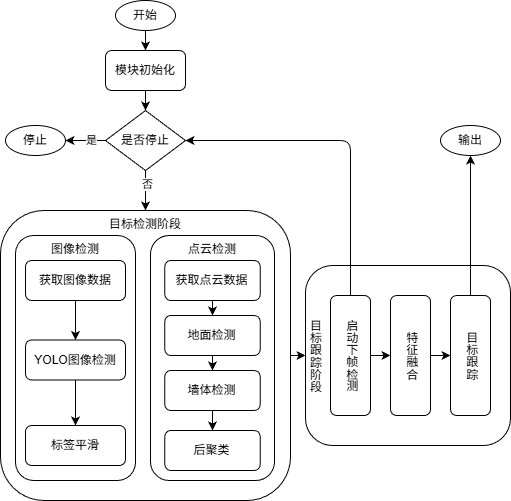
Above: docs/flowcharts/frame.png in vesita/perple (draw.io), before the change. Source tidied: cells renumbered, new cells last; positions are measured from the earlier drawing's top-left corner, leaving out a move shared by most shapes.
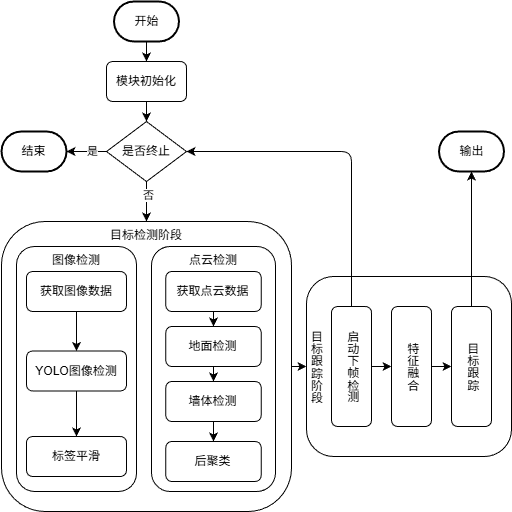
After the commit.

What changed in the source:
```diff
@@ -2,12 +2,9 @@
   <root>
     <mxCell id="0" />
     <mxCell id="1" parent="0" />
-    <mxCell id="2" style="edgeStyle=none;html=1;exitX=0.5;exitY=1;exitDx=0;exitDy=0;entryX=0.5;entryY=0;entryDx=0;entryDy=0;" parent="1" edge="1" source="3" target="5">
+    <mxCell id="2" style="edgeStyle=none;html=1;exitX=0.5;exitY=1;exitDx=0;exitDy=0;entryX=0.5;entryY=0;entryDx=0;entryDy=0;exitPerimeter=0;" parent="1" edge="1" source="3" target="5">
       <mxGeometry relative="1" as="geometry" />
     </mxCell>
-    <mxCell id="3" value="开始" style="ellipse;whiteSpace=wrap;html=1;" parent="1" vertex="1">
-      <mxGeometry x="115" width="60" height="30" as="geometry" />
-    </mxCell>
     <mxCell id="4" style="edgeStyle=none;html=1;exitX=0.5;exitY=1;exitDx=0;exitDy=0;entryX=0.5;entryY=0;entryDx=0;entryDy=0;" parent="1" edge="1" source="5" target="10">
       <mxGeometry relative="1" as="geometry" />
     </mxCell>
@@ -20,21 +17,15 @@
     <mxCell id="7" value="否" style="edgeLabel;html=1;align=center;verticalAlign=middle;" parent="6" vertex="1">
       <mxGeometry x="-0.35" y="1" relative="1" as="geometry" />
     </mxCell>
-    <mxCell id="8" style="edgeStyle=none;html=1;exitX=0;exitY=0.5;exitDx=0;exitDy=0;entryX=1;entryY=0.5;entryDx=0;entryDy=0;" parent="1" edge="1" source="10" target="12">
+    <mxCell id="8" style="edgeStyle=none;html=1;exitX=0;exitY=0.5;exitDx=0;exitDy=0;entryX=1;entryY=0.5;entryDx=0;entryDy=0;entryPerimeter=0;" parent="1" edge="1" source="10" target="41">
       <mxGeometry relative="1" as="geometry" />
     </mxCell>
     <mxCell id="9" value="是" style="edgeLabel;html=1;align=center;verticalAlign=middle;" parent="8" vertex="1">
       <mxGeometry x="-0.24" y="-1" relative="1" as="geometry" />
     </mxCell>
-    <mxCell id="10" value="是否停止" style="rhombus;whiteSpace=wrap;html=1;" parent="1" vertex="1">
+    <mxCell id="10" value="是否终止" style="rhombus;whiteSpace=wrap;html=1;" parent="1" vertex="1">
       <mxGeometry x="105" y="110" width="80" height="60" as="geometry" />
     </mxCell>
-    <mxCell id="11" value="输出" style="ellipse;whiteSpace=wrap;html=1;" parent="1" vertex="1">
-      <mxGeometry x="440" y="125" width="60" height="30" as="geometry" />
-    </mxCell>
-    <mxCell id="12" value="停止" style="ellipse;whiteSpace=wrap;html=1;" parent="1" vertex="1">
-      <mxGeometry x="5" y="125" width="60" height="30" as="geometry" />
-    </mxCell>
     <mxCell id="13" style="edgeStyle=none;html=1;exitX=1;exitY=0.5;exitDx=0;exitDy=0;entryX=0;entryY=0.5;entryDx=0;entryDy=0;" parent="1" edge="1" source="15" target="33">
       <mxGeometry relative="1" as="geometry" />
     </mxCell>
@@ -120,8 +111,17 @@
         </Array>
       </mxGeometry>
     </mxCell>
-    <mxCell id="40" style="edgeStyle=none;html=1;exitX=0.5;exitY=0;exitDx=0;exitDy=0;entryX=0.5;entryY=1;entryDx=0;entryDy=0;" parent="1" edge="1" source="36" target="11">
+    <mxCell id="40" style="edgeStyle=none;html=1;exitX=0.5;exitY=0;exitDx=0;exitDy=0;entryX=0.5;entryY=1;entryDx=0;entryDy=0;entryPerimeter=0;" parent="1" edge="1" source="36" target="11">
       <mxGeometry relative="1" as="geometry" />
     </mxCell>
+    <mxCell id="3" value="开始" style="strokeWidth=2;html=1;shape=mxgraph.flowchart.terminator;whiteSpace=wrap;" parent="1" vertex="1">
+      <mxGeometry x="112.5" y="-10" width="65" height="40" as="geometry" />
+    </mxCell>
+    <mxCell id="41" value="结束" style="strokeWidth=2;html=1;shape=mxgraph.flowchart.terminator;whiteSpace=wrap;" parent="1" vertex="1">
+      <mxGeometry y="120" width="65" height="40" as="geometry" />
+    </mxCell>
+    <mxCell id="11" value="输出" style="strokeWidth=2;html=1;shape=mxgraph.flowchart.terminator;whiteSpace=wrap;" parent="1" vertex="1">
+      <mxGeometry x="437.5" y="120" width="65" height="40" as="geometry" />
+    </mxCell>
   </root>
 </mxGraphModel>
```
